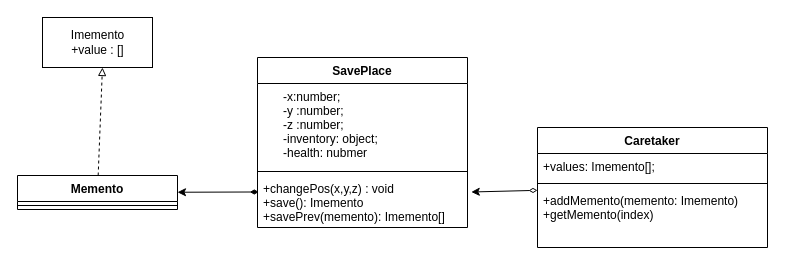
This is Behaviour/Memento/memento.drawio from danil-jpg/MyPatterns, a draw.io file, before an edit. Source tidied: cells renumbered, new cells numbered last; positions are measured from the earlier drawing's top-left corner, leaving out a move shared by most shapes. Both pictures are drawn from the tidied source at 100%, with x=0, y=0 at pixel (17, 17).
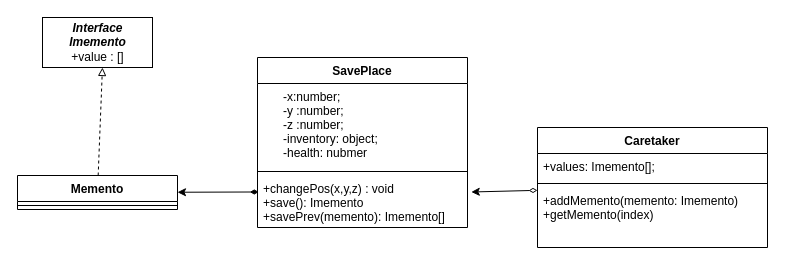
After the change.

The edit, as a diff of the source:
```diff
@@
 <mxGraphModel>
   <root>
     <mxCell id="0" />
     <mxCell id="1" parent="0" />
     <mxCell id="2" style="edgeStyle=none;html=1;endArrow=classic;endFill=1;startArrow=diamondThin;startFill=1;exitX=0.006;exitY=0.317;exitDx=0;exitDy=0;exitPerimeter=0;" parent="1" edge="1" source="6" target="14">
       <mxGeometry relative="1" as="geometry" />
     </mxCell>
     <mxCell id="3" value="SavePlace" style="swimlane;fontStyle=1;align=center;verticalAlign=top;horizontal=1;startSize=26;" parent="1" vertex="1">
       <mxGeometry x="240" y="40" width="210" height="170" as="geometry" />
     </mxCell>
     <mxCell id="4" value="      -x:number;&#10;      -y :number;&#10;      -z :number;&#10;      -inventory: object;&#10;      -health: nubmer&#10;" style="text;strokeColor=none;fillColor=none;align=left;verticalAlign=top;spacingLeft=4;spacingRight=4;overflow=hidden;" parent="3" vertex="1">
       <mxGeometry y="26" width="210" height="84" as="geometry" />
     </mxCell>
     <mxCell id="5" style="line;strokeWidth=1;fillColor=none;align=left;verticalAlign=middle;spacingTop=-1;spacingLeft=3;spacingRight=3;labelPosition=right;" parent="3" vertex="1">
       <mxGeometry y="110" width="210" height="8" as="geometry" />
     </mxCell>
     <mxCell id="6" value="+changePos(x,y,z) : void&#10;+save(): Imemento&#10;+savePrev(memento): Imemento[]" style="text;strokeColor=none;fillColor=none;align=left;verticalAlign=top;spacingLeft=4;spacingRight=4;overflow=hidden;points=[[0,0.5],[1,0.5]];portConstraint=eastwest;" parent="3" vertex="1">
       <mxGeometry y="118" width="210" height="52" as="geometry" />
     </mxCell>
-    <mxCell id="7" value="Imemento&lt;br&gt;+value : []" style="html=1;" parent="1" vertex="1">
+    <mxCell id="7" value="&lt;i&gt;&lt;b&gt;Interface&lt;br&gt;Imemento&lt;/b&gt;&lt;/i&gt;&lt;br&gt;+value : []" style="html=1;" parent="1" vertex="1">
       <mxGeometry x="25" width="110" height="50" as="geometry" />
     </mxCell>
     <mxCell id="8" style="edgeStyle=none;html=1;startArrow=diamondThin;startFill=0;endArrow=classic;endFill=1;entryX=1.018;entryY=0.317;entryDx=0;entryDy=0;entryPerimeter=0;" parent="1" edge="1" source="9" target="6">
       <mxGeometry relative="1" as="geometry" />
     </mxCell>
     <mxCell id="9" value="Caretaker" style="swimlane;fontStyle=1;align=center;verticalAlign=top;horizontal=1;startSize=26;" parent="1" vertex="1">
       <mxGeometry x="520" y="110" width="230" height="120" as="geometry" />
     </mxCell>
     <mxCell id="10" value="+values: Imemento[];" style="text;strokeColor=none;fillColor=none;align=left;verticalAlign=top;spacingLeft=4;spacingRight=4;overflow=hidden;" parent="9" vertex="1">
       <mxGeometry y="26" width="230" height="26" as="geometry" />
     </mxCell>
     <mxCell id="11" style="line;strokeWidth=1;fillColor=none;align=left;verticalAlign=middle;spacingTop=-1;spacingLeft=3;spacingRight=3;labelPosition=right;" parent="9" vertex="1">
       <mxGeometry y="52" width="230" height="8" as="geometry" />
     </mxCell>
     <mxCell id="12" value="+addMemento(memento: Imemento)&#10;+getMemento(index)" style="text;strokeColor=none;fillColor=none;align=left;verticalAlign=top;spacingLeft=4;spacingRight=4;overflow=hidden;" parent="9" vertex="1">
       <mxGeometry y="60" width="230" height="60" as="geometry" />
     </mxCell>
     <mxCell id="13" style="edgeStyle=none;html=1;entryX=0.545;entryY=1;entryDx=0;entryDy=0;entryPerimeter=0;endArrow=block;endFill=0;dashed=1;" parent="1" edge="1" source="14" target="7">
       <mxGeometry relative="1" as="geometry" />
     </mxCell>
     <mxCell id="14" value="Memento" style="swimlane;fontStyle=1;align=center;verticalAlign=top;horizontal=1;startSize=26;" parent="1" vertex="1">
       <mxGeometry y="158" width="160" height="34" as="geometry" />
     </mxCell>
     <mxCell id="15" style="line;strokeWidth=1;fillColor=none;align=left;verticalAlign=middle;spacingTop=-1;spacingLeft=3;spacingRight=3;labelPosition=right;" parent="14" vertex="1">
       <mxGeometry y="26" width="160" height="8" as="geometry" />
     </mxCell>
   </root>
 </mxGraphModel>
```
